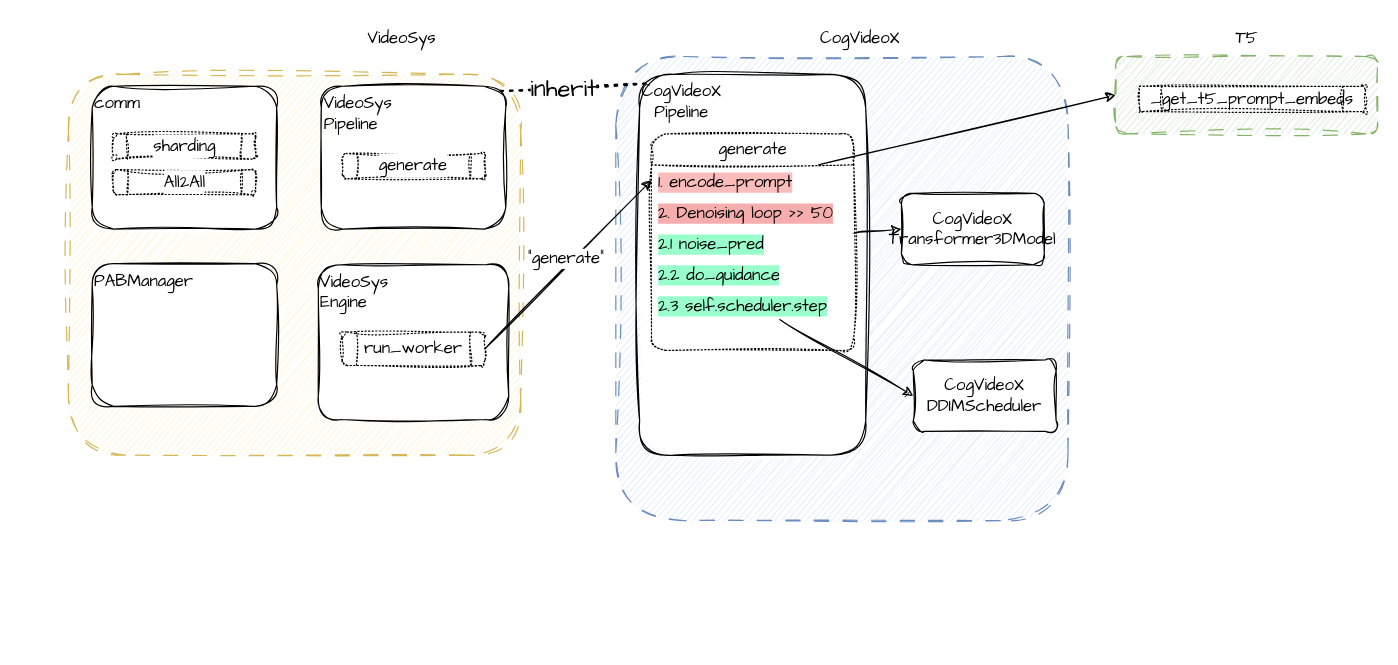
Before: examples/cogvideox/docs/framework.drawio in smile2game/VideoSys, a draw.io diagram. Source tidied: cells renumbered, new cells numbered last; positions are measured from the earlier drawing's top-left corner, leaving out a move shared by most shapes. Both pictures are drawn from the tidied source at 119%, with x=0, y=0 at pixel (20, 20).
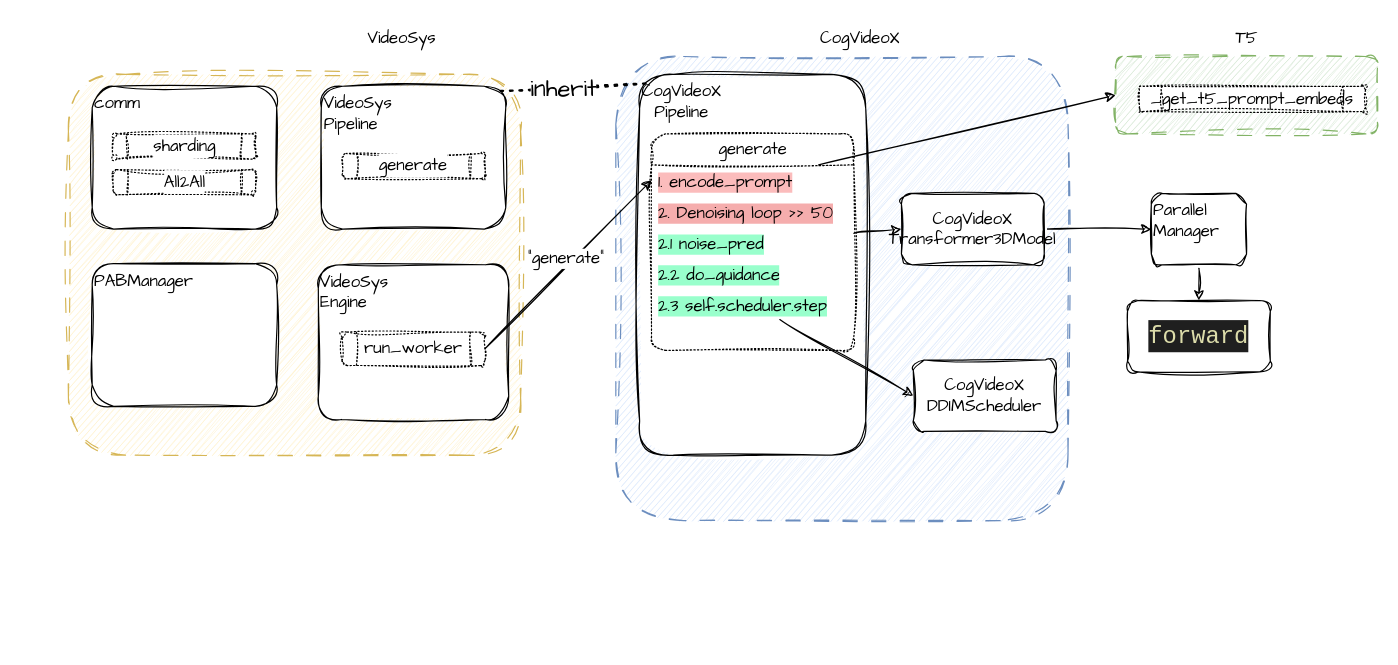
After the change.

The change refers to these unchanged cells:
```xml
<mxCell id="10" value="&lt;div style=&quot;font-size: 14px;&quot;&gt;&lt;div class=&quot;old-record-id-X1DFdvIMaorpNbxsa4kc5Xtonff&quot; style=&quot;font-size: 14px;&quot;&gt;CogVideoX&lt;/div&gt;&lt;div class=&quot;old-record-id-X1DFdvIMaorpNbxsa4kc5Xtonff&quot; style=&quot;font-size: 14px;&quot;&gt;Transformer3DModel&lt;/div&gt;&lt;/div&gt;" style="rounded=1;whiteSpace=wrap;html=1;sketch=1;curveFitting=1;jiggle=2;fontFamily=Architects Daughter;fontSize=14;" parent="1" vertex="1">
  <mxGeometry x="740" y="145" width="120" height="60" as="geometry" />
</mxCell>
```

What changed in the source:
```diff
@@
+    <mxCell id="39" style="edgeStyle=none;sketch=1;hachureGap=4;jiggle=2;curveFitting=1;html=1;fontFamily=Architects Daughter;fontSize=16;" parent="1" edge="1" source="10" target="41">
+      <mxGeometry relative="1" as="geometry" />
+    </mxCell>
@@
+    <mxCell id="40" style="edgeStyle=none;sketch=1;hachureGap=4;jiggle=2;curveFitting=1;html=1;fontFamily=Architects Daughter;fontSize=16;" parent="1" edge="1" source="41" target="42">
+      <mxGeometry relative="1" as="geometry" />
+    </mxCell>
+    <mxCell id="41" value="&lt;div style=&quot;font-size: 14px;&quot;&gt;&lt;div class=&quot;old-record-id-X1DFdvIMaorpNbxsa4kc5Xtonff&quot; style=&quot;font-size: 14px;&quot;&gt;Parallel&lt;/div&gt;&lt;div class=&quot;old-record-id-X1DFdvIMaorpNbxsa4kc5Xtonff&quot; style=&quot;font-size: 14px;&quot;&gt;Manager&lt;/div&gt;&lt;/div&gt;" style="rounded=1;whiteSpace=wrap;html=1;sketch=1;curveFitting=1;jiggle=2;fontFamily=Architects Daughter;fontSize=14;align=left;verticalAlign=top;" parent="1" vertex="1">
+      <mxGeometry x="950" y="145" width="80" height="60" as="geometry" />
+    </mxCell>
+    <mxCell id="42" value="&lt;div style=&quot;color: rgb(204, 204, 204); background-color: rgb(31, 31, 31); font-family: Consolas, &amp;quot;Courier New&amp;quot;, &amp;quot;SF Pro&amp;quot;, Consolas, &amp;quot;Courier New&amp;quot;, monospace; font-size: 20px; line-height: 27px;&quot;&gt;&lt;span style=&quot;color: #dcdcaa;&quot;&gt;forward&lt;/span&gt;&lt;/div&gt;" style="whiteSpace=wrap;html=1;fontSize=14;fontFamily=Architects Daughter;align=center;verticalAlign=middle;rounded=1;sketch=1;curveFitting=1;jiggle=2;hachureGap=4;" parent="1" vertex="1">
+      <mxGeometry x="930" y="235" width="120" height="60" as="geometry" />
+    </mxCell>
```
